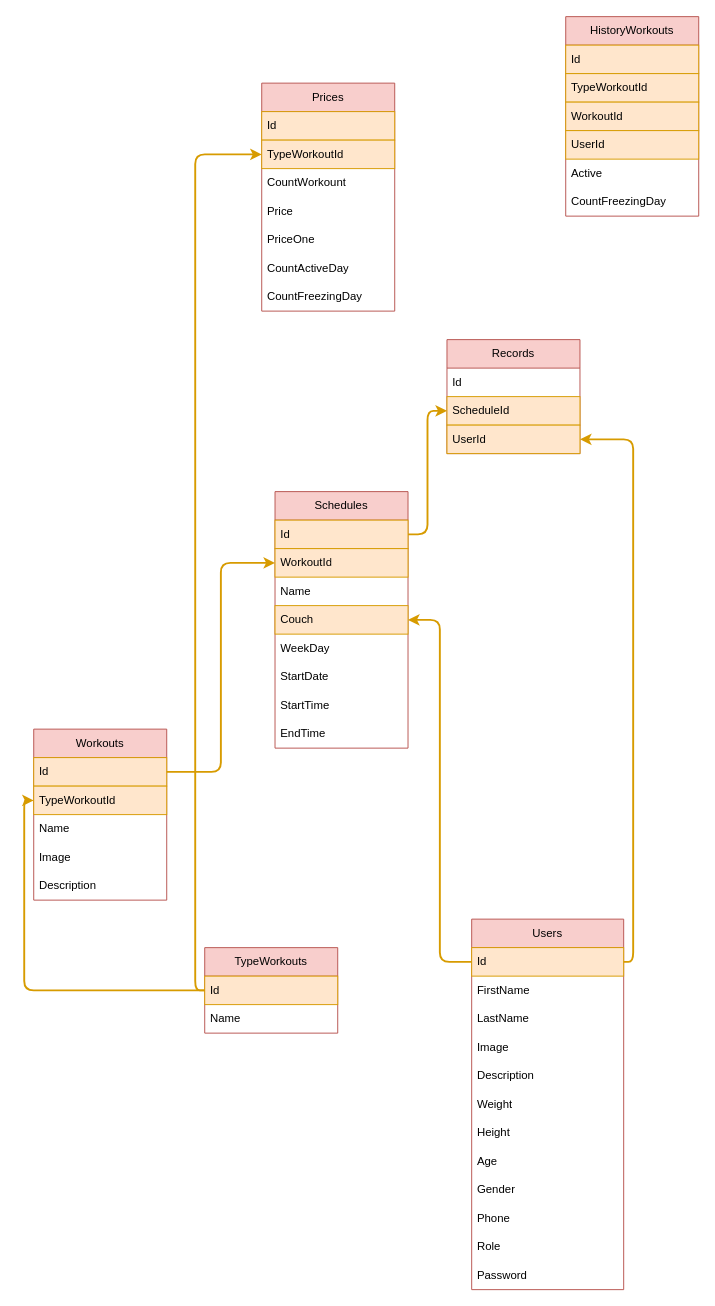
The draw.io diagram doc/application.drawio in VyacheslavMironov/JALUR_API, before the edit. Source tidied: cells renumbered, new cells numbered last; positions are measured from the earlier drawing's top-left corner, leaving out a move shared by most shapes. Both pictures are drawn from the tidied source at 95%, with x=0, y=0 at pixel (33, 16).
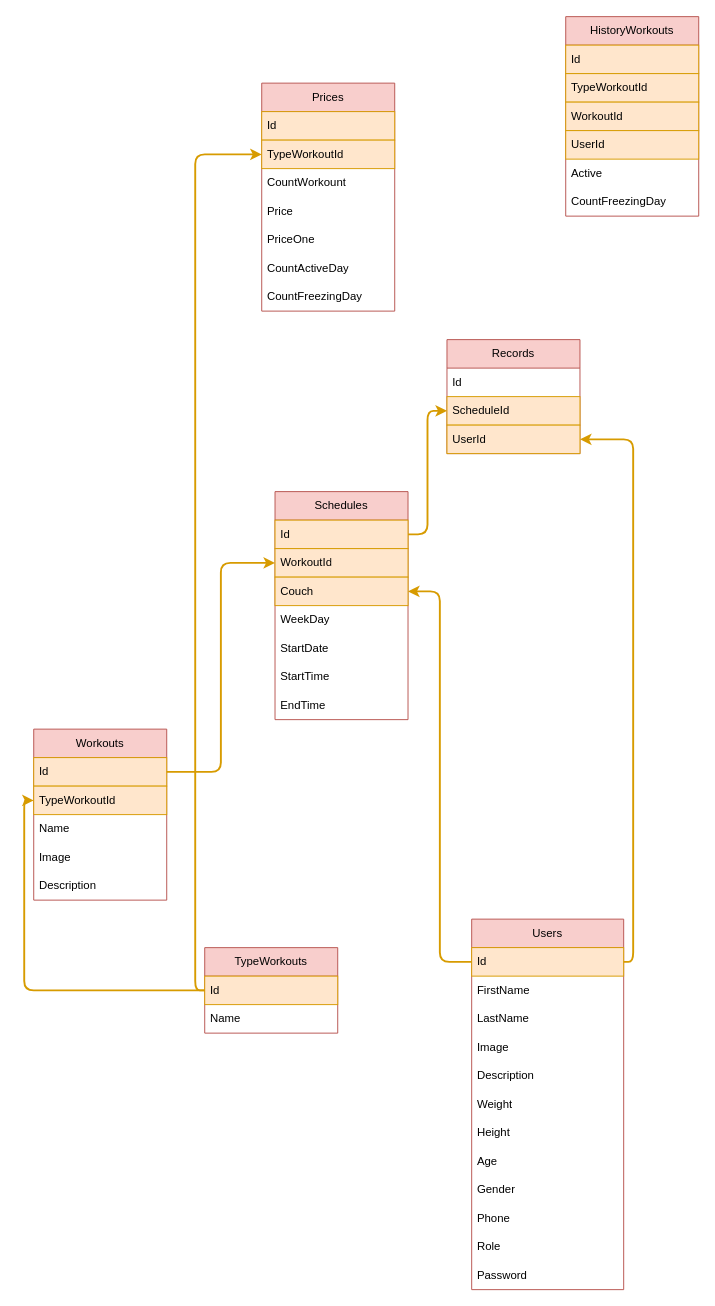
After the change.

Diff of the diagram source:
```diff
@@
     <mxCell id="18" value="Schedules" style="swimlane;fontStyle=0;horizontal=1;startSize=30;whiteSpace=wrap;html=1;strokeWidth=1;fillColor=#f8cecc;strokeColor=#b85450;" parent="1" vertex="1">
-      <mxGeometry x="254" y="500" width="140" height="270" as="geometry" />
+      <mxGeometry x="254" y="500" width="140" height="240" as="geometry" />
     </mxCell>
@@
-    <mxCell id="21" value="Name" style="text;strokeColor=none;fillColor=none;align=left;verticalAlign=middle;spacingLeft=4;spacingRight=4;overflow=hidden;whiteSpace=wrap;html=1;strokeWidth=1;" parent="18" vertex="1">
-      <mxGeometry y="90" width="140" height="30" as="geometry" />
-    </mxCell>
     <mxCell id="22" value="Couch" style="text;strokeColor=#d79b00;fillColor=#ffe6cc;align=left;verticalAlign=middle;spacingLeft=4;spacingRight=4;overflow=hidden;points=[[0,0.5],[1,0.5]];portConstraint=eastwest;whiteSpace=wrap;html=1;strokeWidth=1;" parent="18" vertex="1">
-      <mxGeometry y="120" width="140" height="30" as="geometry" />
+      <mxGeometry y="90" width="140" height="30" as="geometry" />
     </mxCell>
     <mxCell id="23" value="WeekDay" style="text;strokeColor=none;fillColor=none;align=left;verticalAlign=middle;spacingLeft=4;spacingRight=4;overflow=hidden;whiteSpace=wrap;html=1;strokeWidth=1;" parent="18" vertex="1">
-      <mxGeometry y="150" width="140" height="30" as="geometry" />
+      <mxGeometry y="120" width="140" height="30" as="geometry" />
     </mxCell>
     <mxCell id="24" value="StartDate" style="text;strokeColor=none;fillColor=none;align=left;verticalAlign=middle;spacingLeft=4;spacingRight=4;overflow=hidden;whiteSpace=wrap;html=1;strokeWidth=1;" parent="18" vertex="1">
-      <mxGeometry y="180" width="140" height="30" as="geometry" />
+      <mxGeometry y="150" width="140" height="30" as="geometry" />
     </mxCell>
     <mxCell id="25" value="StartTime" style="text;strokeColor=none;fillColor=none;align=left;verticalAlign=middle;spacingLeft=4;spacingRight=4;overflow=hidden;whiteSpace=wrap;html=1;strokeWidth=1;" parent="18" vertex="1">
-      <mxGeometry y="210" width="140" height="30" as="geometry" />
+      <mxGeometry y="180" width="140" height="30" as="geometry" />
     </mxCell>
     <mxCell id="26" value="EndTime" style="text;strokeColor=none;fillColor=none;align=left;verticalAlign=middle;spacingLeft=4;spacingRight=4;overflow=hidden;whiteSpace=wrap;html=1;strokeWidth=1;" parent="18" vertex="1">
-      <mxGeometry y="240" width="140" height="30" as="geometry" />
+      <mxGeometry y="210" width="140" height="30" as="geometry" />
     </mxCell>
```
